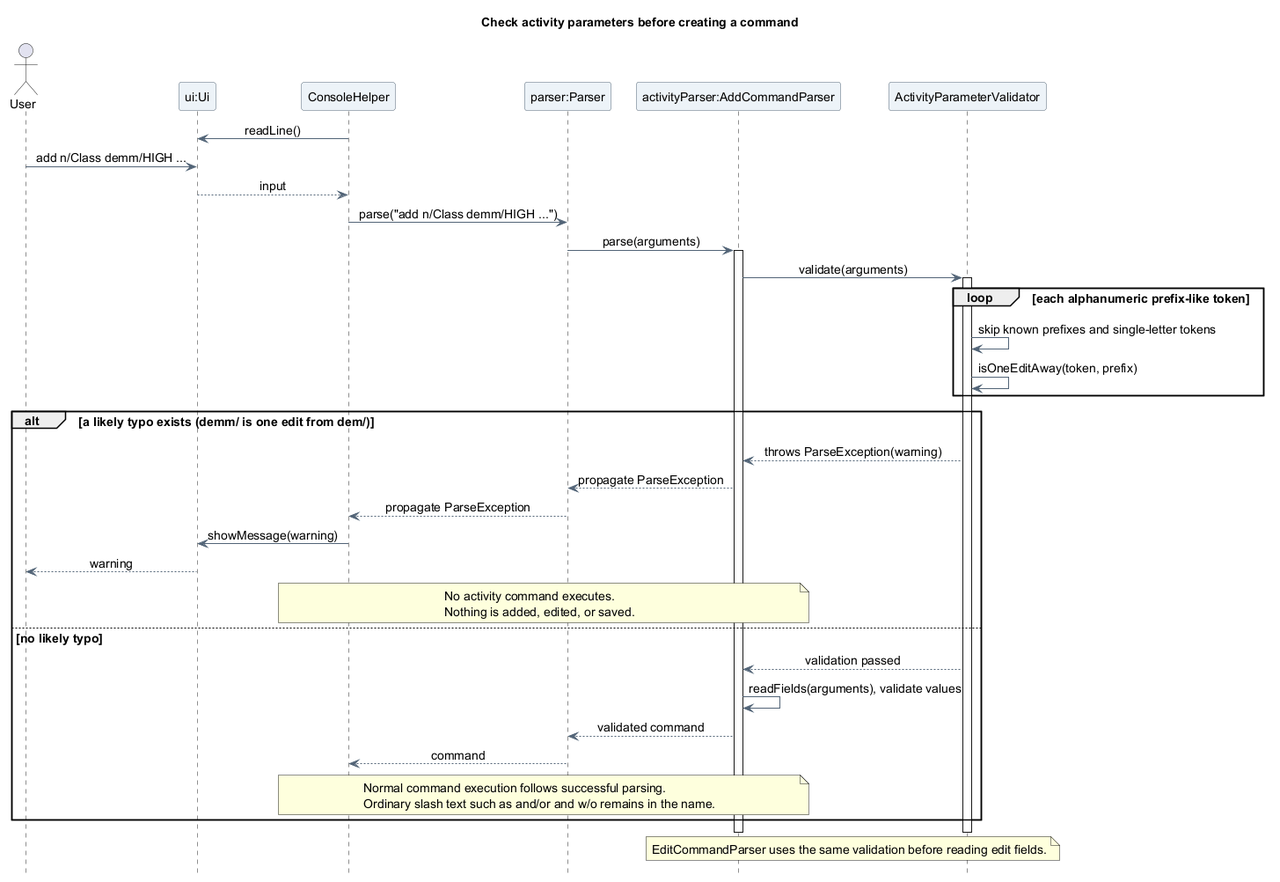
The PlantUML diagram docs/images/luke/sequence/ActivityParameterValidationSequence.png in AY2627S1-CS2113-T10-4/tp, before a commit. The source it was exported from:
```plantuml
@startuml
title Check activity parameters before creating a command
skinparam backgroundColor white
skinparam shadowing false
skinparam defaultFontName SansSerif
skinparam defaultFontSize 14
skinparam ParticipantBackgroundColor #EDF3F8
skinparam ParticipantBorderColor #526477
skinparam ArrowColor #526477
skinparam sequenceMessageAlign center
hide footbox

actor "User" as User
participant "ui:Ui" as UI
participant ConsoleHelper as Console
participant "parser:Parser" as Parser
participant "activityParser:AddCommandParser" as Fields
participant ActivityParameterValidator as Validator

Console -> UI : readLine()
User -> UI : add n/Class demm/HIGH ...
UI --> Console : input

Console -> Parser : parse("add n/Class demm/HIGH ...")
Parser -> Fields : parse(arguments)
activate Fields
Fields -> Validator : validate(arguments)
activate Validator
loop each alphanumeric prefix-like token
  Validator -> Validator : skip known prefixes and single-letter tokens
  Validator -> Validator : isOneEditAway(token, prefix)
end
alt a likely typo exists (demm/ is one edit from dem/)
  Validator --> Fields : throws ParseException(warning)
  Fields --> Parser : propagate ParseException
  Parser --> Console : propagate ParseException
  Console -> UI : showMessage(warning)
  UI --> User : warning
  note over Console, Fields
    No activity command executes.
    Nothing is added, edited, or saved.
  end note
else no likely typo
  Validator --> Fields : validation passed
  Fields -> Fields : readFields(arguments), validate values
  Fields --> Parser : validated command
  Parser --> Console : command
  note over Console, Fields
    Normal command execution follows successful parsing.
    Ordinary slash text such as and/or and w/o remains in the name.
  end note
end
deactivate Validator
deactivate Fields
note over Fields, Validator
  EditCommandParser uses the same validation before reading edit fields.
end note
@enduml
```
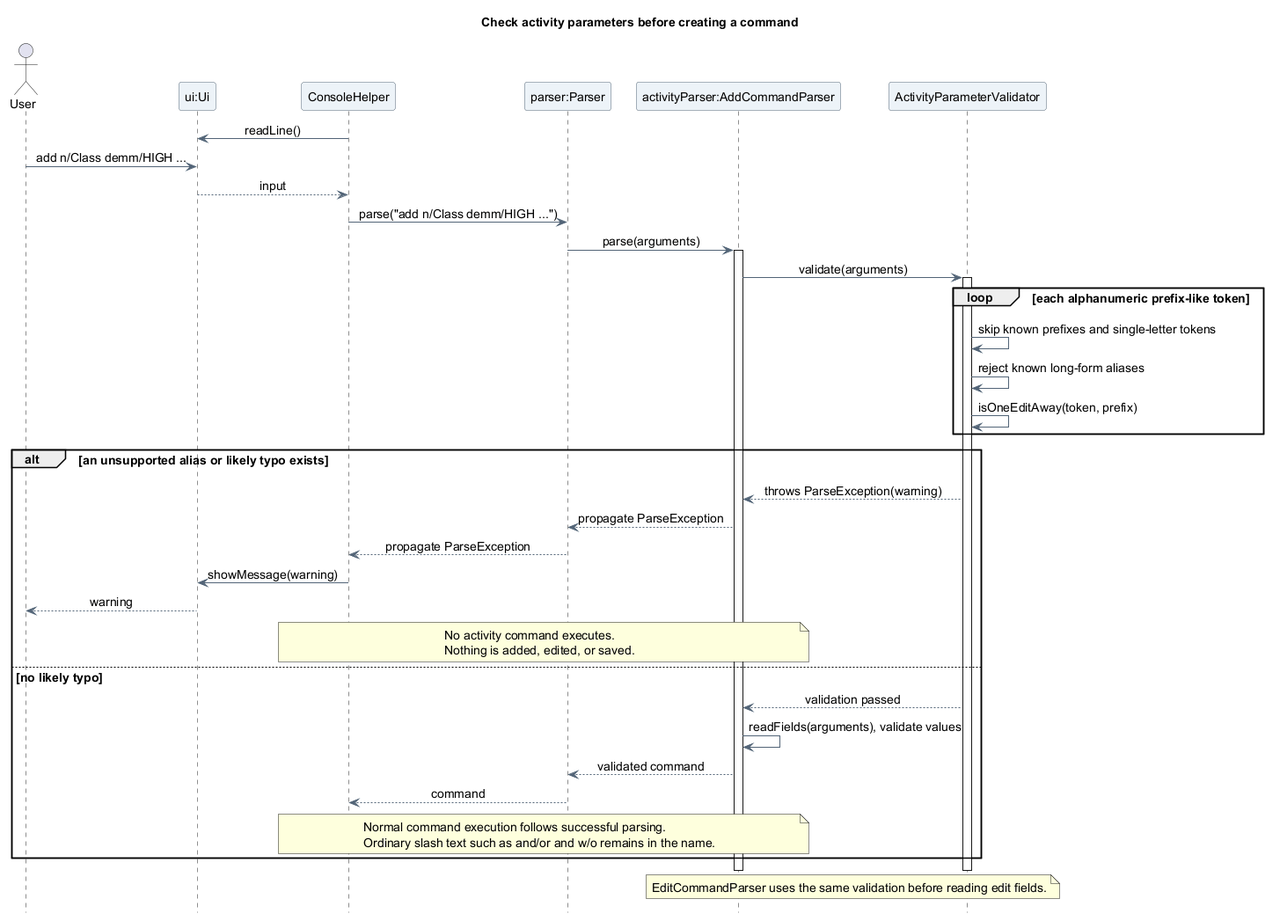
After the commit.

Commit message:
fix: reject unsupported parameter aliases

Change to the diagram source:
```diff
@@ -28,9 +28,10 @@
 activate Validator
 loop each alphanumeric prefix-like token
   Validator -> Validator : skip known prefixes and single-letter tokens
+  Validator -> Validator : reject known long-form aliases
   Validator -> Validator : isOneEditAway(token, prefix)
 end
-alt a likely typo exists (demm/ is one edit from dem/)
+alt an unsupported alias or likely typo exists
   Validator --> Fields : throws ParseException(warning)
   Fields --> Parser : propagate ParseException
   Parser --> Console : propagate ParseException
```
